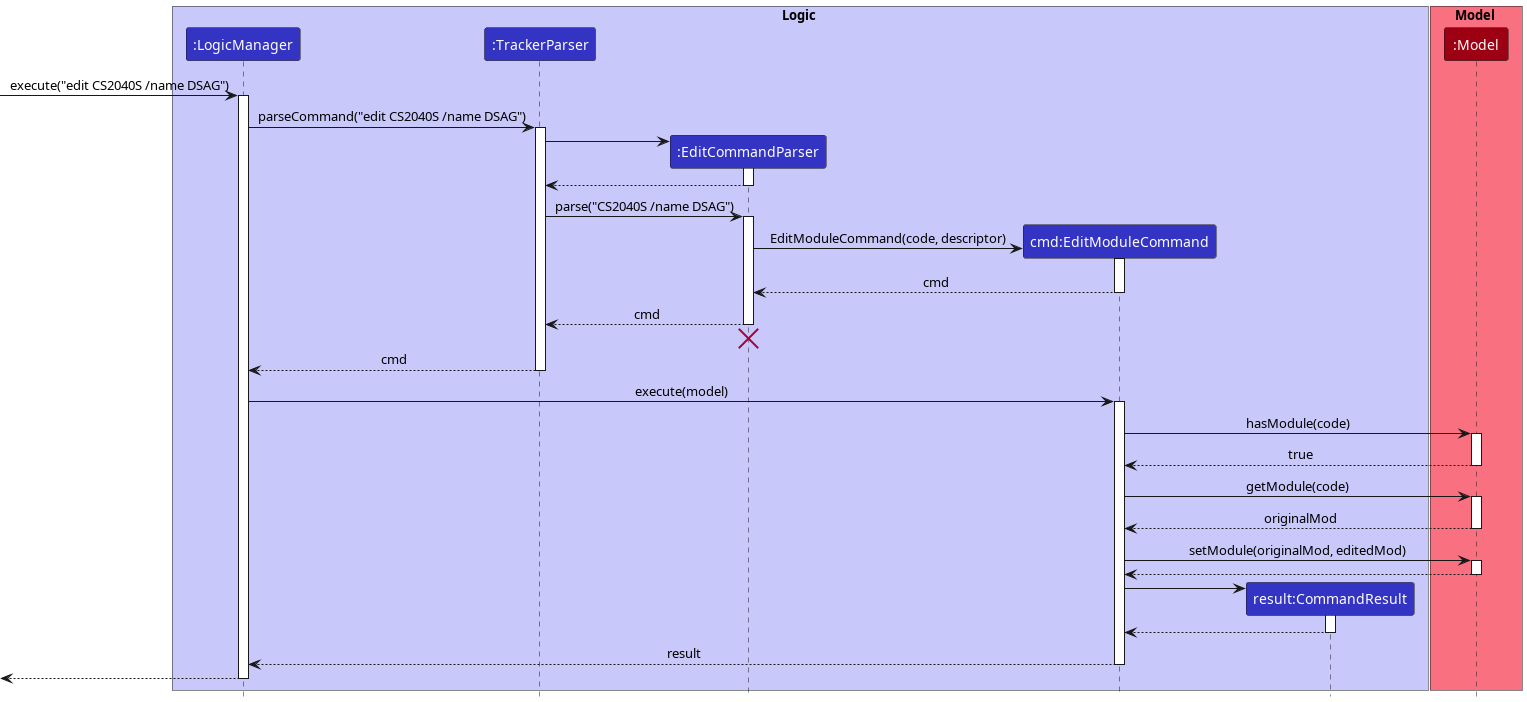
nus-cs2103-AY2223S2/tp keeps this PlantUML diagram as docs/images/EditSequenceDiagram.png. Above is the earlier version.
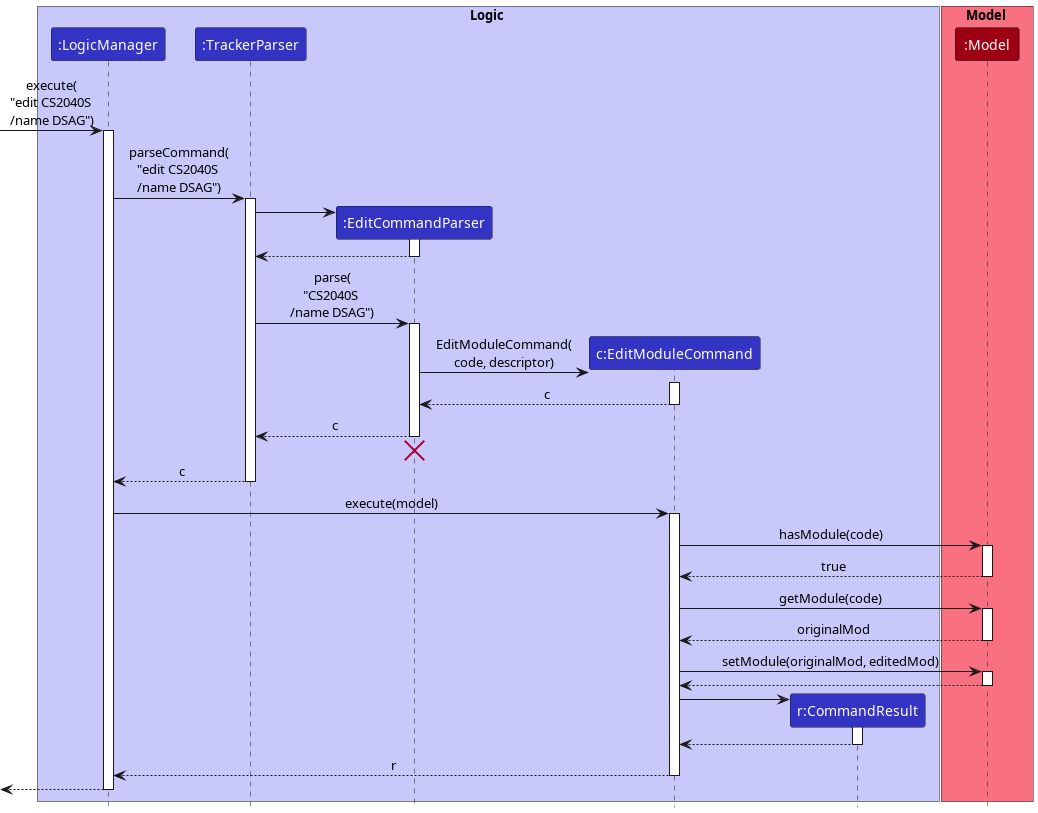
After the change.

Commit message:
Update DG Add and Edit sequence diagrams to reduce their width

Diff of the diagram source:
```diff
@@ -74,18 +74,18 @@
 participant ":LogicManager" as LogicManager LOGIC_COLOR
 participant ":TrackerParser" as TrackerParser LOGIC_COLOR
 participant ":EditCommandParser" as EditCommandParser LOGIC_COLOR
-participant "cmd:EditModuleCommand" as EditModuleCommand LOGIC_COLOR
-participant "result:CommandResult" as CommandResult LOGIC_COLOR
+participant "c:EditModuleCommand" as EditModuleCommand LOGIC_COLOR
+participant "r:CommandResult" as CommandResult LOGIC_COLOR
 end box
 
 box Model MODEL_COLOR_T1
 participant ":Model" as Model MODEL_COLOR
 end box
 
-[-> LogicManager : execute("edit CS2040S /name DSAG")
+[-> LogicManager : execute(\n"edit CS2040S \n/name DSAG")
 activate LogicManager
 
-LogicManager -> TrackerParser : parseCommand("edit CS2040S /name DSAG")
+LogicManager -> TrackerParser : parseCommand(\n"edit CS2040S \n/name DSAG")
 activate TrackerParser
 
 create EditCommandParser
@@ -95,23 +95,23 @@
 EditCommandParser --> TrackerParser
 deactivate EditCommandParser
 
-TrackerParser -> EditCommandParser : parse("CS2040S /name DSAG")
+TrackerParser -> EditCommandParser : parse(\n"CS2040S \n/name DSAG")
 activate EditCommandParser
 
 create EditModuleCommand
-EditCommandParser -> EditModuleCommand : EditModuleCommand(code, descriptor)
+EditCommandParser -> EditModuleCommand : EditModuleCommand(\ncode, descriptor)
 activate EditModuleCommand
 
-EditModuleCommand --> EditCommandParser : cmd
+EditModuleCommand --> EditCommandParser : c
 deactivate EditModuleCommand
 
-EditCommandParser --> TrackerParser : cmd
+EditCommandParser --> TrackerParser : c
 deactivate EditCommandParser
 
 EditCommandParser -[hidden]-> TrackerParser
 destroy EditCommandParser
 
-TrackerParser --> LogicManager : cmd
+TrackerParser --> LogicManager : c
 deactivate TrackerParser
 
 LogicManager -> EditModuleCommand : execute(model)
@@ -142,7 +142,7 @@
 CommandResult --> EditModuleCommand
 deactivate CommandResult
 
-EditModuleCommand --> LogicManager : result
+EditModuleCommand --> LogicManager : r
 deactivate EditModuleCommand
 
 [<--LogicManager
```
